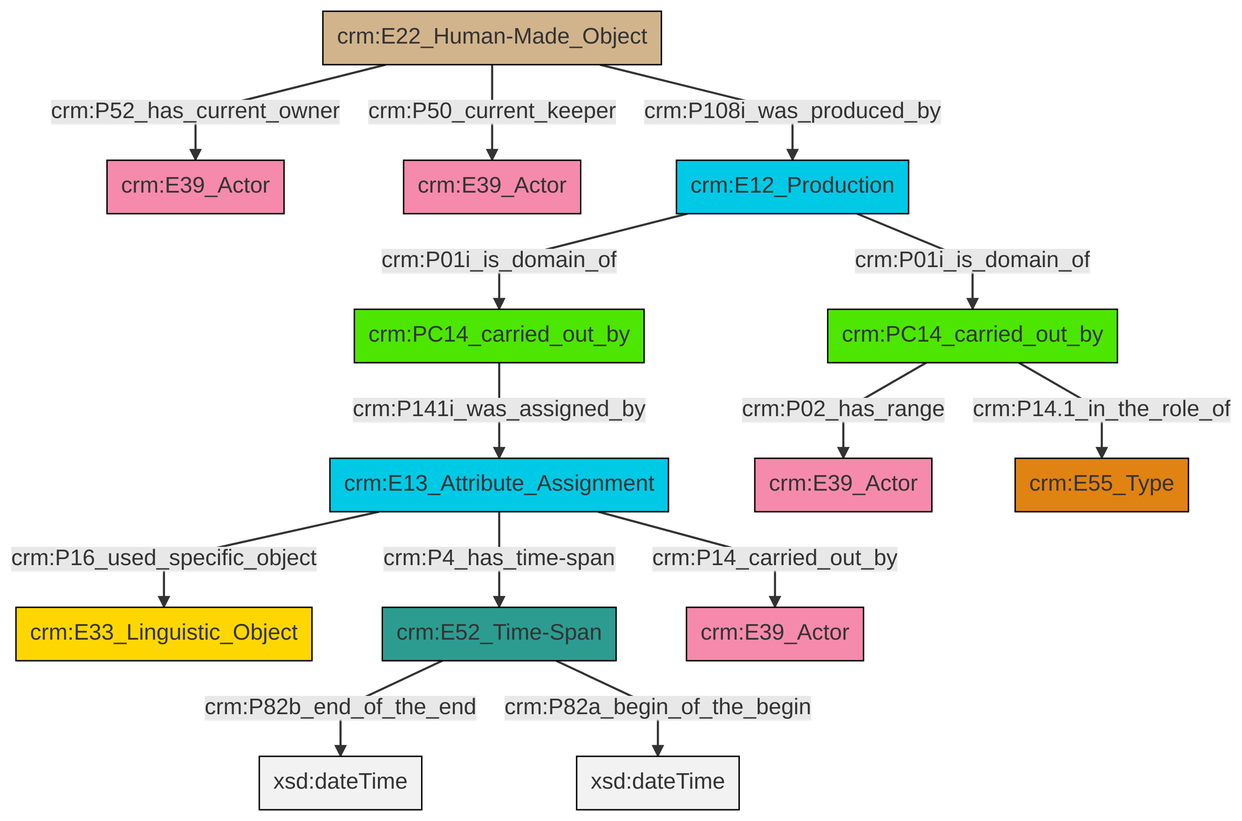
This is et/carrierCSV/ttl/mmd/png/carrier_relations.png from swiss-art-research-net/docs.swissartresearch, a Mermaid export, as it was before one commit. Its source is kept beside it as et/carrierCSV/ttl/mmd/carrier_relations.ttl.mmd. Source of this version:
```mermaid
graph TD
classDef Literal fill:#f2f2f2,stroke:#000000;
classDef CRM_Entity fill:#FFFFFF,stroke:#000000;
classDef Temporal_Entity fill:#00C9E6, stroke:#000000;
classDef Type fill:#E18312, stroke:#000000;
classDef Time-Span fill:#2C9C91, stroke:#000000;
classDef Appellation fill:#FFEB7F, stroke:#000000;
classDef Place fill:#008836, stroke:#000000;
classDef Persistent_Item fill:#B266B2, stroke:#000000;
classDef Conceptual_Object fill:#FFD700, stroke:#000000;
classDef Physical_Thing fill:#D2B48C, stroke:#000000;
classDef Actor fill:#f58aad, stroke:#000000;
classDef PC_Classes fill:#4ce600, stroke:#000000;
classDef Multi fill:#cccccc,stroke:#000000;

0["crm:E13_Attribute_Assignment"]:::Temporal_Entity -->|crm:P16_used_specific_object| 1["crm:E33_Linguistic_Object"]:::Conceptual_Object
4["crm:PC14_carried_out_by"]:::PC_Classes -->|crm:P02_has_range| 5["crm:E39_Actor"]:::Actor
4["crm:PC14_carried_out_by"]:::PC_Classes -->|crm:P14.1_in_the_role_of| 6["crm:E55_Type"]:::Type
8["crm:E22_Human-Made_Object"]:::Physical_Thing -->|crm:P50_current_keeper| 9["crm:E39_Actor"]:::Actor
10["crm:E12_Production"]:::Temporal_Entity -->|crm:P01i_is_domain_of| 11["crm:PC14_carried_out_by"]:::PC_Classes
10["crm:E12_Production"]:::Temporal_Entity -->|crm:P01i_is_domain_of| 4["crm:PC14_carried_out_by"]:::PC_Classes
8["crm:E22_Human-Made_Object"]:::Physical_Thing -->|crm:P52_has_current_owner| 2["crm:E39_Actor"]:::Actor
0["crm:E13_Attribute_Assignment"]:::Temporal_Entity -->|crm:P4_has_time-span| 12["crm:E52_Time-Span"]:::Time-Span
11["crm:PC14_carried_out_by"]:::PC_Classes -->|crm:P141i_was_assigned_by| 0["crm:E13_Attribute_Assignment"]:::Temporal_Entity
8["crm:E22_Human-Made_Object"]:::Physical_Thing -->|crm:P108i_was_produced_by| 10["crm:E12_Production"]:::Temporal_Entity
12["crm:E52_Time-Span"]:::Time-Span -->|crm:P82b_end_of_the_end| 21[xsd:dateTime]:::Literal
0["crm:E13_Attribute_Assignment"]:::Temporal_Entity -->|crm:P14_carried_out_by| 13["crm:E39_Actor"]:::Actor
12["crm:E52_Time-Span"]:::Time-Span -->|crm:P82a_begin_of_the_begin| 22[xsd:dateTime]:::Literal
```
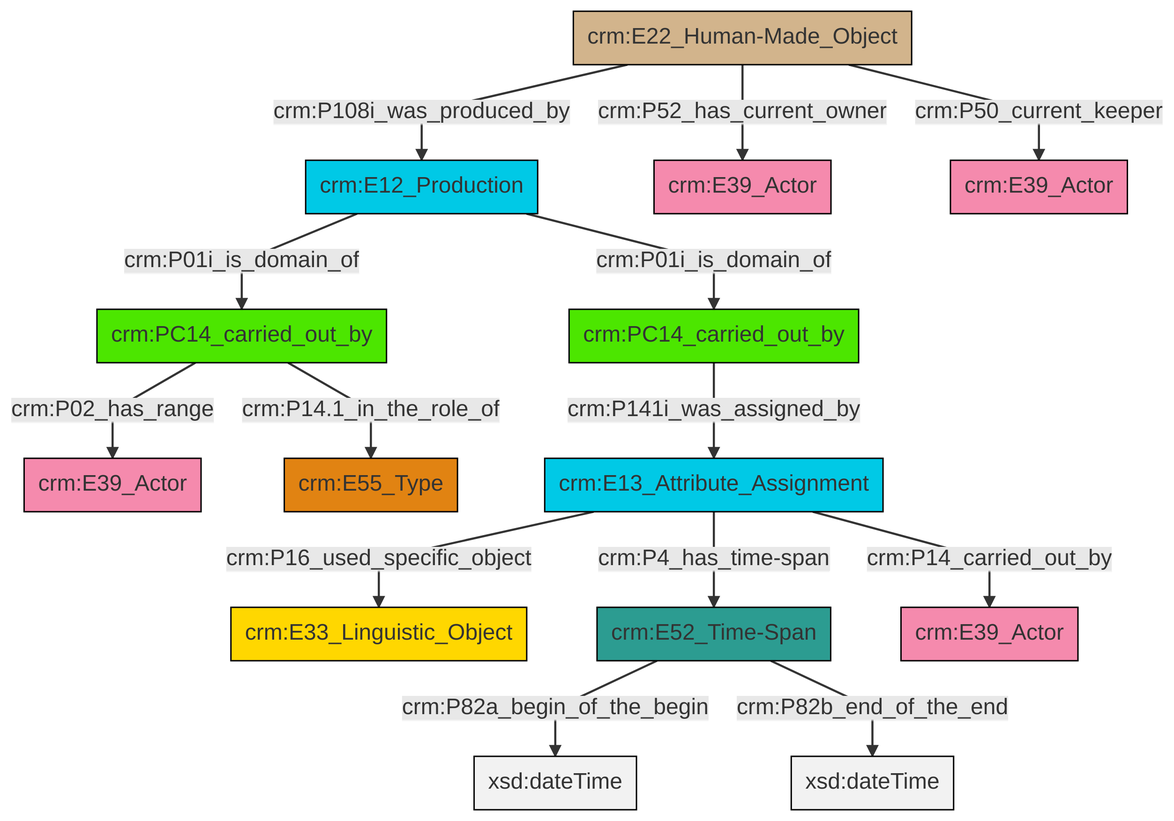
After the change.

Change to the diagram source:
```diff
@@ -13,16 +13,16 @@
 classDef PC_Classes fill:#4ce600, stroke:#000000;
 classDef Multi fill:#cccccc,stroke:#000000;
 
-0["crm:E13_Attribute_Assignment"]:::Temporal_Entity -->|crm:P16_used_specific_object| 1["crm:E33_Linguistic_Object"]:::Conceptual_Object
-4["crm:PC14_carried_out_by"]:::PC_Classes -->|crm:P02_has_range| 5["crm:E39_Actor"]:::Actor
-4["crm:PC14_carried_out_by"]:::PC_Classes -->|crm:P14.1_in_the_role_of| 6["crm:E55_Type"]:::Type
-8["crm:E22_Human-Made_Object"]:::Physical_Thing -->|crm:P50_current_keeper| 9["crm:E39_Actor"]:::Actor
-10["crm:E12_Production"]:::Temporal_Entity -->|crm:P01i_is_domain_of| 11["crm:PC14_carried_out_by"]:::PC_Classes
-10["crm:E12_Production"]:::Temporal_Entity -->|crm:P01i_is_domain_of| 4["crm:PC14_carried_out_by"]:::PC_Classes
-8["crm:E22_Human-Made_Object"]:::Physical_Thing -->|crm:P52_has_current_owner| 2["crm:E39_Actor"]:::Actor
-0["crm:E13_Attribute_Assignment"]:::Temporal_Entity -->|crm:P4_has_time-span| 12["crm:E52_Time-Span"]:::Time-Span
-11["crm:PC14_carried_out_by"]:::PC_Classes -->|crm:P141i_was_assigned_by| 0["crm:E13_Attribute_Assignment"]:::Temporal_Entity
-8["crm:E22_Human-Made_Object"]:::Physical_Thing -->|crm:P108i_was_produced_by| 10["crm:E12_Production"]:::Temporal_Entity
-12["crm:E52_Time-Span"]:::Time-Span -->|crm:P82b_end_of_the_end| 21[xsd:dateTime]:::Literal
-0["crm:E13_Attribute_Assignment"]:::Temporal_Entity -->|crm:P14_carried_out_by| 13["crm:E39_Actor"]:::Actor
-12["crm:E52_Time-Span"]:::Time-Span -->|crm:P82a_begin_of_the_begin| 22[xsd:dateTime]:::Literal
+0["crm:PC14_carried_out_by"]:::PC_Classes -->|crm:P02_has_range| 1["crm:E39_Actor"]:::Actor
+6["crm:E22_Human-Made_Object"]:::Physical_Thing -->|crm:P50_current_keeper| 7["crm:E39_Actor"]:::Actor
+0["crm:PC14_carried_out_by"]:::PC_Classes -->|crm:P14.1_in_the_role_of| 10["crm:E55_Type"]:::Type
+2["crm:E12_Production"]:::Temporal_Entity -->|crm:P01i_is_domain_of| 11["crm:PC14_carried_out_by"]:::PC_Classes
+12["crm:E52_Time-Span"]:::Time-Span -->|crm:P82a_begin_of_the_begin| 13[xsd:dateTime]:::Literal
+14["crm:E13_Attribute_Assignment"]:::Temporal_Entity -->|crm:P14_carried_out_by| 15["crm:E39_Actor"]:::Actor
+6["crm:E22_Human-Made_Object"]:::Physical_Thing -->|crm:P52_has_current_owner| 4["crm:E39_Actor"]:::Actor
+2["crm:E12_Production"]:::Temporal_Entity -->|crm:P01i_is_domain_of| 0["crm:PC14_carried_out_by"]:::PC_Classes
+6["crm:E22_Human-Made_Object"]:::Physical_Thing -->|crm:P108i_was_produced_by| 2["crm:E12_Production"]:::Temporal_Entity
+11["crm:PC14_carried_out_by"]:::PC_Classes -->|crm:P141i_was_assigned_by| 14["crm:E13_Attribute_Assignment"]:::Temporal_Entity
+14["crm:E13_Attribute_Assignment"]:::Temporal_Entity -->|crm:P16_used_specific_object| 8["crm:E33_Linguistic_Object"]:::Conceptual_Object
+14["crm:E13_Attribute_Assignment"]:::Temporal_Entity -->|crm:P4_has_time-span| 12["crm:E52_Time-Span"]:::Time-Span
+12["crm:E52_Time-Span"]:::Time-Span -->|crm:P82b_end_of_the_end| 25[xsd:dateTime]:::Literal
```
